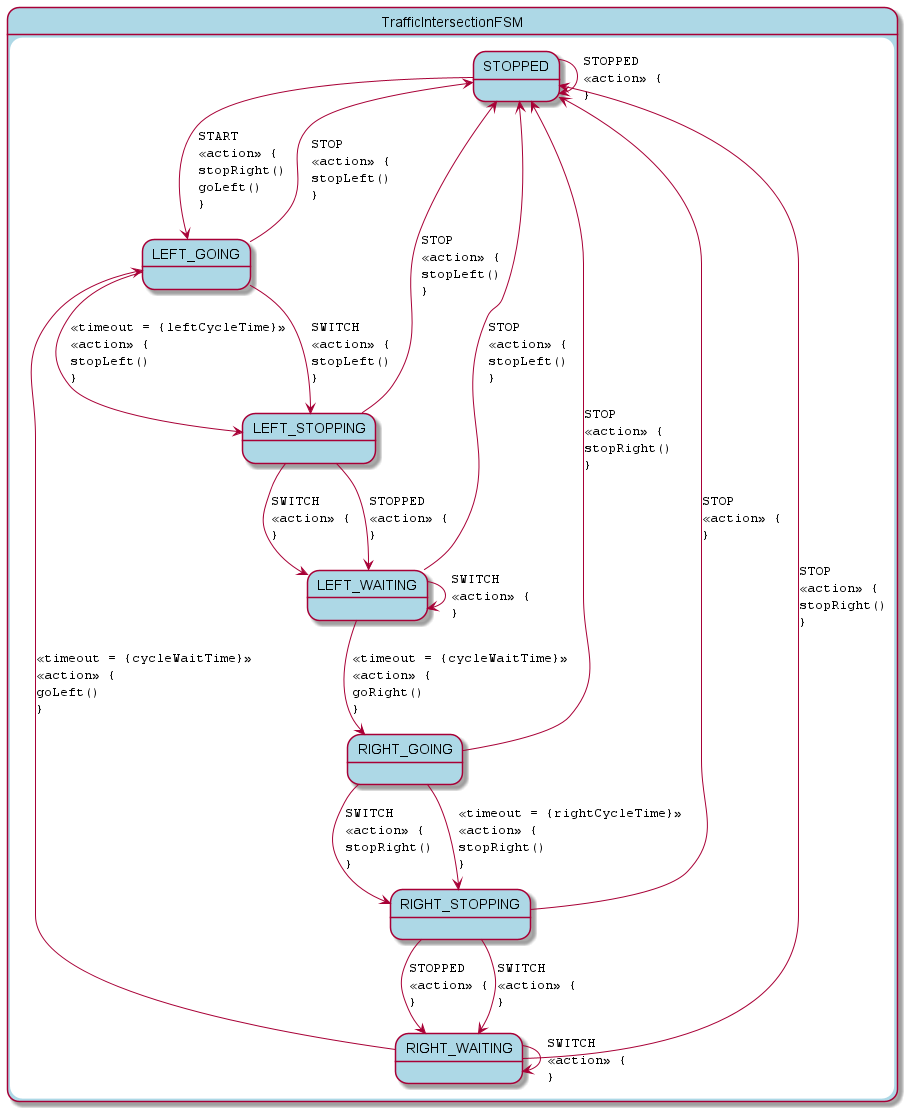
This is traffic-intersection.png from open-jumpco/kfsm-android-compose-traffic, a PlantUML export, as it was before one commit. The source it was exported from:
```plantuml
@startuml
skinparam StateFontName Helvetica
skinparam defaultFontName Monospaced
skinparam state {
    BackgroundColor LightBlue
}
state TrafficIntersectionFSM {
STOPPED --> LEFT_GOING : START\l<<action>> {\lstopRight()\lgoLeft()\l}
STOPPED --> STOPPED : STOPPED\l<<action>> {\l}
LEFT_GOING --> LEFT_STOPPING : <<timeout = {leftCycleTime}>>\l<<action>> {\lstopLeft()\l}
LEFT_GOING --> LEFT_STOPPING : SWITCH\l<<action>> {\lstopLeft()\l}
LEFT_GOING --> STOPPED : STOP\l<<action>> {\lstopLeft()\l}
LEFT_STOPPING --> LEFT_WAITING : STOPPED\l<<action>> {\l}
LEFT_STOPPING --> LEFT_WAITING : SWITCH\l<<action>> {\l}
LEFT_STOPPING --> STOPPED : STOP\l<<action>> {\lstopLeft()\l}
LEFT_WAITING --> RIGHT_GOING : <<timeout = {cycleWaitTime}>>\l<<action>> {\lgoRight()\l}
LEFT_WAITING --> LEFT_WAITING : SWITCH\l<<action>> {\l}
LEFT_WAITING --> STOPPED : STOP\l<<action>> {\lstopLeft()\l}
RIGHT_GOING --> RIGHT_STOPPING : <<timeout = {rightCycleTime}>>\l<<action>> {\lstopRight()\l}
RIGHT_GOING --> RIGHT_STOPPING : SWITCH\l<<action>> {\lstopRight()\l}
RIGHT_GOING --> STOPPED : STOP\l<<action>> {\lstopRight()\l}
RIGHT_STOPPING --> RIGHT_WAITING : STOPPED\l<<action>> {\l}
RIGHT_STOPPING --> RIGHT_WAITING : SWITCH\l<<action>> {\l}
RIGHT_STOPPING --> STOPPED : STOP\l<<action>> {\l}
RIGHT_WAITING --> LEFT_GOING : <<timeout = {cycleWaitTime}>>\l<<action>> {\lgoLeft()\l}
RIGHT_WAITING --> RIGHT_WAITING : SWITCH\l<<action>> {\l}
RIGHT_WAITING --> STOPPED : STOP\l<<action>> {\lstopRight()\l}
}
@enduml
```
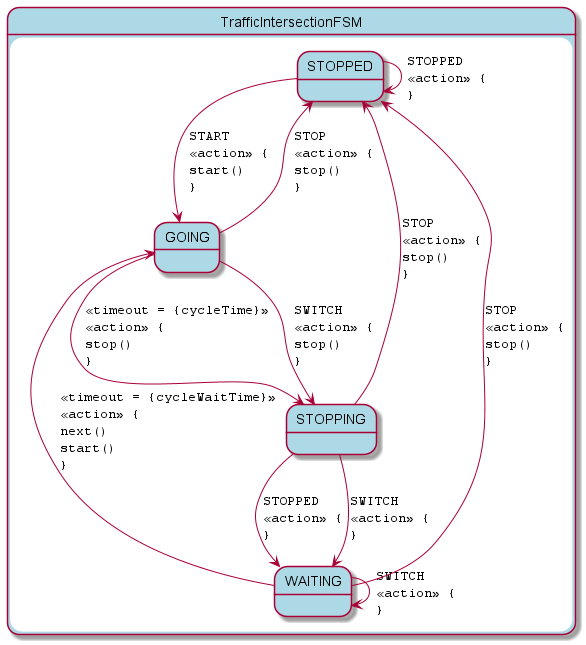
The same diagram one commit later.

What changed in the source:
```diff
@@ -5,25 +5,16 @@
     BackgroundColor LightBlue
 }
 state TrafficIntersectionFSM {
-STOPPED --> LEFT_GOING : START\l<<action>> {\lstopRight()\lgoLeft()\l}
+STOPPED --> GOING : START\l<<action>> {\lstart()\l}
 STOPPED --> STOPPED : STOPPED\l<<action>> {\l}
-LEFT_GOING --> LEFT_STOPPING : <<timeout = {leftCycleTime}>>\l<<action>> {\lstopLeft()\l}
-LEFT_GOING --> LEFT_STOPPING : SWITCH\l<<action>> {\lstopLeft()\l}
-LEFT_GOING --> STOPPED : STOP\l<<action>> {\lstopLeft()\l}
-LEFT_STOPPING --> LEFT_WAITING : STOPPED\l<<action>> {\l}
-LEFT_STOPPING --> LEFT_WAITING : SWITCH\l<<action>> {\l}
-LEFT_STOPPING --> STOPPED : STOP\l<<action>> {\lstopLeft()\l}
-LEFT_WAITING --> RIGHT_GOING : <<timeout = {cycleWaitTime}>>\l<<action>> {\lgoRight()\l}
-LEFT_WAITING --> LEFT_WAITING : SWITCH\l<<action>> {\l}
-LEFT_WAITING --> STOPPED : STOP\l<<action>> {\lstopLeft()\l}
-RIGHT_GOING --> RIGHT_STOPPING : <<timeout = {rightCycleTime}>>\l<<action>> {\lstopRight()\l}
-RIGHT_GOING --> RIGHT_STOPPING : SWITCH\l<<action>> {\lstopRight()\l}
-RIGHT_GOING --> STOPPED : STOP\l<<action>> {\lstopRight()\l}
-RIGHT_STOPPING --> RIGHT_WAITING : STOPPED\l<<action>> {\l}
-RIGHT_STOPPING --> RIGHT_WAITING : SWITCH\l<<action>> {\l}
-RIGHT_STOPPING --> STOPPED : STOP\l<<action>> {\l}
-RIGHT_WAITING --> LEFT_GOING : <<timeout = {cycleWaitTime}>>\l<<action>> {\lgoLeft()\l}
-RIGHT_WAITING --> RIGHT_WAITING : SWITCH\l<<action>> {\l}
-RIGHT_WAITING --> STOPPED : STOP\l<<action>> {\lstopRight()\l}
+GOING --> STOPPING : <<timeout = {cycleTime}>>\l<<action>> {\lstop()\l}
+GOING --> STOPPING : SWITCH\l<<action>> {\lstop()\l}
+GOING --> STOPPED : STOP\l<<action>> {\lstop()\l}
+STOPPING --> WAITING : STOPPED\l<<action>> {\l}
+STOPPING --> WAITING : SWITCH\l<<action>> {\l}
+STOPPING --> STOPPED : STOP\l<<action>> {\lstop()\l}
+WAITING --> GOING : <<timeout = {cycleWaitTime}>>\l<<action>> {\lnext()\lstart()\l}
+WAITING --> WAITING : SWITCH\l<<action>> {\l}
+WAITING --> STOPPED : STOP\l<<action>> {\lstop()\l}
 }
 @enduml
```
